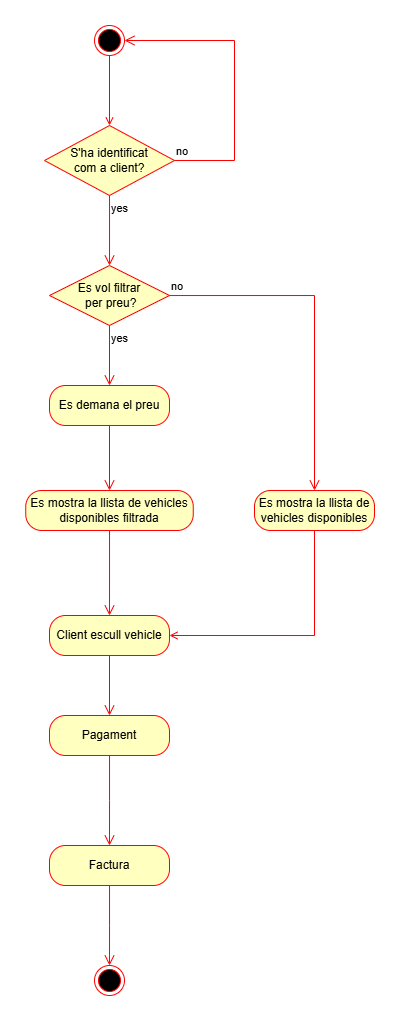
The draw.io diagram documentacio/RF-1 - Llogar vehicle.png in Lwphs/JavaCar, before a commit. Source tidied: cells renumbered, new cells last; positions are measured from the earlier drawing's top-left corner, leaving out a move shared by most shapes.
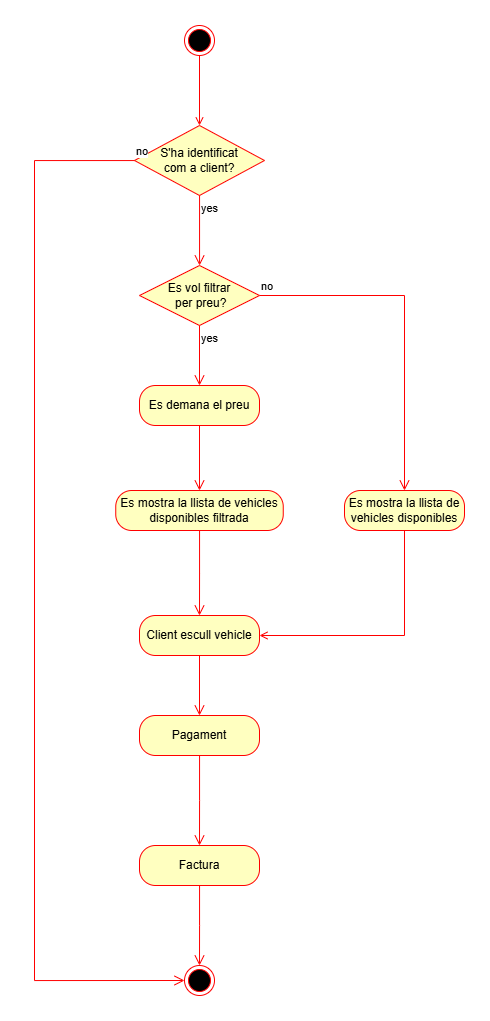
The same file after the commit.

Commit message:
RF-9 - Afegir vehicle

Diff of the diagram source:
```diff
@@ -11,11 +11,11 @@
     <mxCell id="4" value="S'ha identificat&lt;div&gt;com a client?&lt;/div&gt;" style="rhombus;whiteSpace=wrap;html=1;fontColor=#000000;fillColor=#ffffc0;strokeColor=#ff0000;" parent="1" vertex="1">
       <mxGeometry x="19" y="100" width="130" height="70" as="geometry" />
     </mxCell>
-    <mxCell id="5" value="no" style="edgeStyle=orthogonalEdgeStyle;html=1;align=left;verticalAlign=bottom;endArrow=open;endSize=8;strokeColor=#ff0000;rounded=0;entryX=1;entryY=0.5;entryDx=0;entryDy=0;" parent="1" edge="1" source="4" target="3">
+    <mxCell id="5" value="no" style="edgeStyle=orthogonalEdgeStyle;html=1;align=left;verticalAlign=bottom;endArrow=open;endSize=8;strokeColor=#ff0000;rounded=0;entryX=0;entryY=0.5;entryDx=0;entryDy=0;" parent="1" edge="1" source="4" target="22">
       <mxGeometry x="-1" relative="1" as="geometry">
         <Array as="points">
-          <mxPoint x="209" y="135" />
-          <mxPoint x="209" y="15" />
+          <mxPoint x="-81" y="135" />
+          <mxPoint x="-81" y="955" />
         </Array>
       </mxGeometry>
     </mxCell>
```
